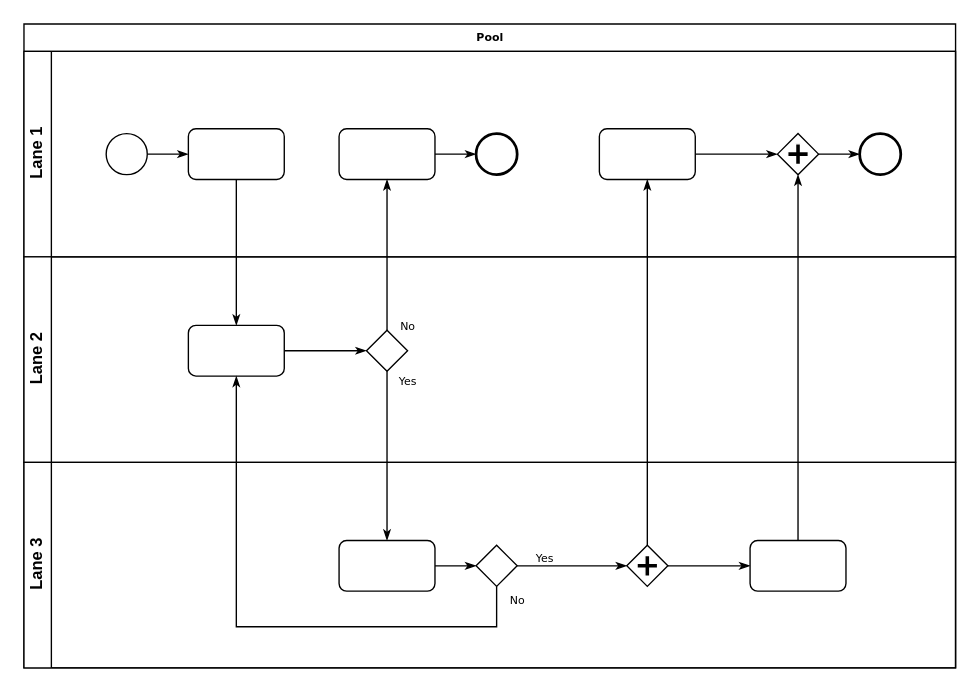
The draw.io diagram Untitled Diagram.drawio in Srinithi-B/InTechDocumentation, before the edit. Source tidied: cells renumbered, new cells numbered last; positions are measured from the earlier drawing's top-left corner, leaving out a move shared by most shapes. Both pictures are drawn from the tidied source at 137%, with x=0, y=0 at pixel (23, 23).
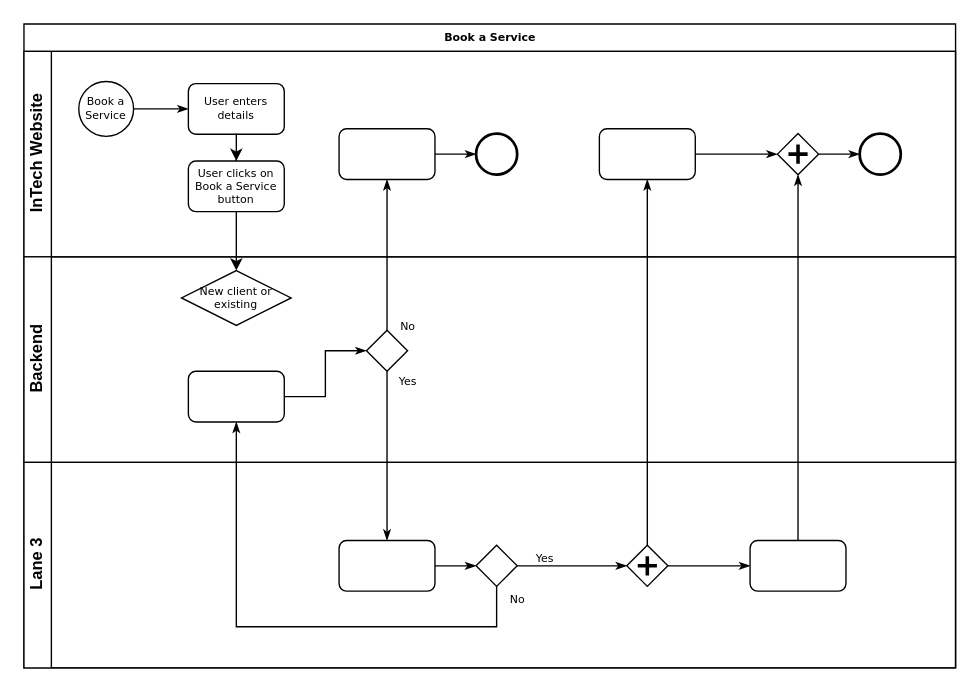
Above is the later version.

Diff of the diagram source:
```diff
@@
-    <mxCell id="2" value="Pool" style="swimlane;html=1;horizontal=1;startSize=20;rounded=0;shadow=0;labelBackgroundColor=none;strokeWidth=1;fontFamily=Verdana;fontSize=8;align=center;" parent="1" vertex="1">
+    <mxCell id="2" value="Book a Service" style="swimlane;html=1;horizontal=1;startSize=20;rounded=0;shadow=0;labelBackgroundColor=none;strokeWidth=1;fontFamily=Verdana;fontSize=8;align=center;" parent="1" vertex="1">
       <mxGeometry width="680" height="470" as="geometry" />
     </mxCell>
-    <mxCell id="3" value="Lane 1" style="swimlane;html=1;startSize=20;horizontal=0;" parent="2" vertex="1">
+    <mxCell id="3" value="InTech Website" style="swimlane;html=1;startSize=20;horizontal=0;" parent="2" vertex="1">
       <mxGeometry y="20" width="680" height="150" as="geometry" />
     </mxCell>
@@
-    <mxCell id="5" style="ellipse;whiteSpace=wrap;html=1;rounded=0;shadow=0;labelBackgroundColor=none;strokeWidth=1;fontFamily=Verdana;fontSize=8;align=center;" parent="3" vertex="1">
-      <mxGeometry x="60" y="60" width="30" height="30" as="geometry" />
+    <mxCell id="5" value="Book a Service" style="ellipse;whiteSpace=wrap;html=1;rounded=0;shadow=0;labelBackgroundColor=none;strokeWidth=1;fontFamily=Verdana;fontSize=8;align=center;" parent="3" vertex="1">
+      <mxGeometry x="40" y="22" width="40" height="40" as="geometry" />
     </mxCell>
+    <mxCell id="33" style="edgeStyle=orthogonalEdgeStyle;rounded=0;jettySize=auto;html=1;exitX=0.5;exitY=1;exitDx=0;exitDy=0;" parent="3" edge="1" source="35">
+      <mxGeometry relative="1" as="geometry">
+        <mxPoint x="155.1" y="90" as="targetPoint" />
+      </mxGeometry>
+    </mxCell>
-    <mxCell id="6" style="rounded=1;whiteSpace=wrap;html=1;shadow=0;labelBackgroundColor=none;strokeWidth=1;fontFamily=Verdana;fontSize=8;align=center;" parent="3" vertex="1">
-      <mxGeometry x="120" y="56.5" width="70" height="37" as="geometry" />
+    <mxCell id="6" value="User enters details" style="rounded=1;whiteSpace=wrap;html=1;shadow=0;labelBackgroundColor=none;strokeWidth=1;fontFamily=Verdana;fontSize=8;align=center;" parent="3" vertex="1">
+      <mxGeometry x="120" y="23.5" width="70" height="37" as="geometry" />
     </mxCell>
@@
+    <mxCell id="34" style="edgeStyle=orthogonalEdgeStyle;rounded=0;jettySize=auto;html=1;exitX=0.5;exitY=1;exitDx=0;exitDy=0;" parent="3" edge="1" source="6" target="35">
+      <mxGeometry relative="1" as="geometry" />
+    </mxCell>
+    <mxCell id="35" value="User clicks on Book a Service button" style="rounded=1;whiteSpace=wrap;html=1;shadow=0;labelBackgroundColor=none;strokeWidth=1;fontFamily=Verdana;fontSize=8;align=center;" parent="3" vertex="1">
+      <mxGeometry x="120" y="80" width="70" height="37" as="geometry" />
+    </mxCell>
-    <mxCell id="15" value="Lane 2" style="swimlane;html=1;startSize=20;horizontal=0;" parent="2" vertex="1">
+    <mxCell id="15" value="Backend" style="swimlane;html=1;startSize=20;horizontal=0;" parent="2" vertex="1">
       <mxGeometry y="170" width="680" height="150" as="geometry" />
     </mxCell>
@@
     <mxCell id="17" style="rounded=1;whiteSpace=wrap;html=1;shadow=0;labelBackgroundColor=none;strokeWidth=1;fontFamily=Verdana;fontSize=8;align=center;" parent="15" vertex="1">
-      <mxGeometry x="120" y="50" width="70" height="37" as="geometry" />
+      <mxGeometry x="120" y="83.5" width="70" height="37" as="geometry" />
     </mxCell>
@@
+    <mxCell id="36" value="New client or existing" style="strokeWidth=1;html=1;shape=mxgraph.flowchart.decision;whiteSpace=wrap;rounded=1;shadow=0;labelBackgroundColor=none;fontFamily=Verdana;fontSize=8;align=center;" parent="15" vertex="1">
+      <mxGeometry x="115" y="10" width="80" height="40" as="geometry" />
+    </mxCell>
@@
-    <mxCell id="27" style="edgeStyle=orthogonalEdgeStyle;rounded=0;html=1;labelBackgroundColor=none;startArrow=none;startFill=0;startSize=5;endArrow=classicThin;endFill=1;endSize=5;jettySize=auto;strokeWidth=1;fontFamily=Verdana;fontSize=8;" parent="2" edge="1" source="6" target="17">
-      <mxGeometry relative="1" as="geometry" />
-    </mxCell>
@@
+    <mxCell id="37" style="edgeStyle=orthogonalEdgeStyle;rounded=0;jettySize=auto;html=1;exitX=0.5;exitY=1;exitDx=0;exitDy=0;entryX=0.5;entryY=0;entryDx=0;entryDy=0;entryPerimeter=0;" parent="2" edge="1" source="35" target="36">
+      <mxGeometry relative="1" as="geometry" />
+    </mxCell>
```
